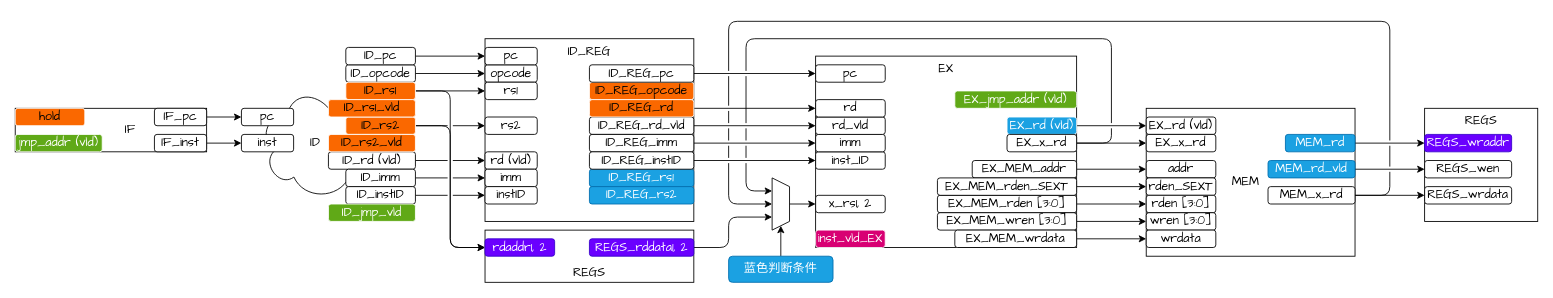
The draw.io diagram doc/drawio.drawio in DuBirdFly/RV32, before the edit. Source tidied: cells renumbered, new cells numbered last; positions are measured from the earlier drawing's top-left corner, leaving out a move shared by most shapes. Both pictures are drawn from the tidied source at 87%, with x=0, y=0 at pixel (15, 21).
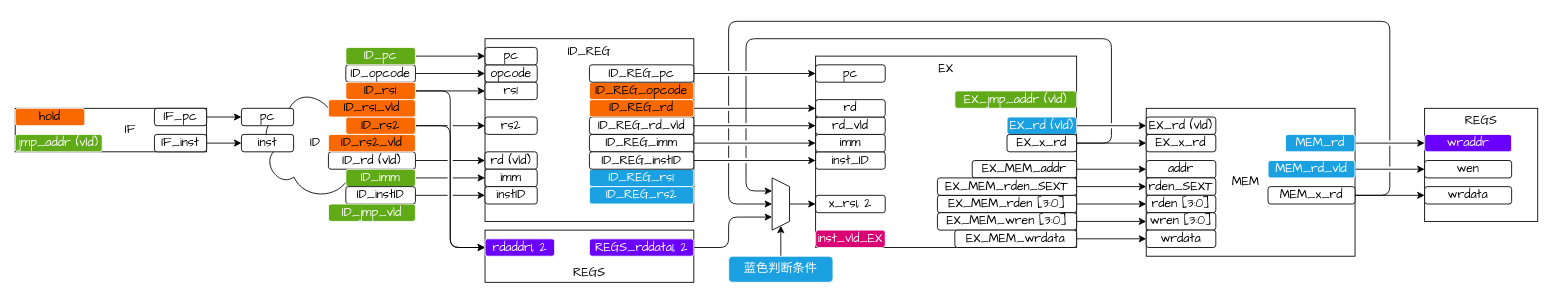
The same page after the edit.

Change to the diagram source:
```diff
@@
-    <mxCell id="25" value="ID_imm" style="rounded=1;whiteSpace=wrap;html=1;labelBorderColor=none;fontSize=14;fontFamily=Comic Sans MS;" parent="1" vertex="1">
+    <mxCell id="25" value="ID_imm" style="rounded=1;whiteSpace=wrap;html=1;labelBorderColor=none;fontSize=14;fontFamily=Comic Sans MS;fillColor=#60a917;fontColor=#ffffff;strokeColor=#FFFFFF;" parent="1" vertex="1">
       <mxGeometry x="380" y="170" width="80" height="20" as="geometry" />
     </mxCell>
@@
-    <mxCell id="31" value="ID_pc" style="rounded=1;whiteSpace=wrap;html=1;labelBorderColor=none;fontSize=14;fontFamily=Comic Sans MS;" parent="1" vertex="1">
+    <mxCell id="31" value="ID_pc" style="rounded=1;whiteSpace=wrap;html=1;labelBorderColor=none;fontSize=14;fontFamily=Comic Sans MS;fillColor=#60a917;fontColor=#ffffff;strokeColor=#FFFFFF;" parent="1" vertex="1">
       <mxGeometry x="380" y="30" width="80" height="20" as="geometry" />
     </mxCell>
@@
-    <mxCell id="40" value="ID_REG_rs1" style="rounded=1;whiteSpace=wrap;html=1;labelBorderColor=none;fontSize=14;fontFamily=Comic Sans MS;fillColor=#1ba1e2;fontColor=#ffffff;strokeColor=#006EAF;" parent="1" vertex="1">
+    <mxCell id="40" value="ID_REG_rs1" style="rounded=1;whiteSpace=wrap;html=1;labelBorderColor=none;fontSize=14;fontFamily=Comic Sans MS;fillColor=#1ba1e2;fontColor=#ffffff;strokeColor=#FFFFFF;" parent="1" vertex="1">
       <mxGeometry x="660" y="170" width="120" height="20" as="geometry" />
     </mxCell>
-    <mxCell id="41" value="ID_REG_rs2" style="rounded=1;whiteSpace=wrap;html=1;labelBorderColor=none;fontSize=14;fontFamily=Comic Sans MS;fillColor=#1ba1e2;fontColor=#ffffff;strokeColor=#006EAF;" parent="1" vertex="1">
+    <mxCell id="41" value="ID_REG_rs2" style="rounded=1;whiteSpace=wrap;html=1;labelBorderColor=none;fontSize=14;fontFamily=Comic Sans MS;fillColor=#1ba1e2;fontColor=#ffffff;strokeColor=#FFFFFF;" parent="1" vertex="1">
       <mxGeometry x="660" y="190" width="120" height="20" as="geometry" />
     </mxCell>
@@
-    <mxCell id="87" value="MEM_rd" style="rounded=1;whiteSpace=wrap;html=1;labelBorderColor=none;fontSize=14;fontFamily=Comic Sans MS;fillColor=#1ba1e2;fontColor=#ffffff;strokeColor=#006EAF;" parent="1" vertex="1">
+    <mxCell id="87" value="MEM_rd" style="rounded=1;whiteSpace=wrap;html=1;labelBorderColor=none;fontSize=14;fontFamily=Comic Sans MS;fillColor=#1ba1e2;fontColor=#ffffff;strokeColor=#FFFFFF;" parent="1" vertex="1">
       <mxGeometry x="1460" y="130" width="80" height="20" as="geometry" />
     </mxCell>
@@
-    <mxCell id="89" value="MEM_rd_vld" style="rounded=1;whiteSpace=wrap;html=1;labelBorderColor=none;fontSize=14;fontFamily=Comic Sans MS;fillColor=#1ba1e2;fontColor=#ffffff;strokeColor=#006EAF;" parent="1" vertex="1">
+    <mxCell id="89" value="MEM_rd_vld" style="rounded=1;whiteSpace=wrap;html=1;labelBorderColor=none;fontSize=14;fontFamily=Comic Sans MS;fillColor=#1ba1e2;fontColor=#ffffff;strokeColor=#FFFFFF;" parent="1" vertex="1">
       <mxGeometry x="1440" y="160" width="100" height="20" as="geometry" />
     </mxCell>
@@
-    <mxCell id="94" value="REGS_wraddr" style="rounded=1;whiteSpace=wrap;html=1;labelBorderColor=none;fontSize=14;fontFamily=Comic Sans MS;verticalAlign=middle;fillColor=#6a00ff;fontColor=#ffffff;strokeColor=#3700CC;" parent="1" vertex="1">
+    <mxCell id="94" value="wraddr" style="rounded=1;whiteSpace=wrap;html=1;labelBorderColor=none;fontSize=14;fontFamily=Comic Sans MS;verticalAlign=middle;fillColor=#6a00ff;fontColor=#ffffff;strokeColor=#FFFFFF;" parent="1" vertex="1">
       <mxGeometry x="1620" y="130" width="100" height="20" as="geometry" />
     </mxCell>
-    <mxCell id="95" value="REGS_wen" style="rounded=1;whiteSpace=wrap;html=1;labelBorderColor=none;fontSize=14;fontFamily=Comic Sans MS;verticalAlign=middle;" parent="1" vertex="1">
+    <mxCell id="95" value="wen" style="rounded=1;whiteSpace=wrap;html=1;labelBorderColor=none;fontSize=14;fontFamily=Comic Sans MS;verticalAlign=middle;" parent="1" vertex="1">
       <mxGeometry x="1620" y="160" width="100" height="20" as="geometry" />
     </mxCell>
-    <mxCell id="96" value="REGS_wrdata" style="rounded=1;whiteSpace=wrap;html=1;labelBorderColor=none;fontSize=14;fontFamily=Comic Sans MS;verticalAlign=middle;" parent="1" vertex="1">
+    <mxCell id="96" value="wrdata" style="rounded=1;whiteSpace=wrap;html=1;labelBorderColor=none;fontSize=14;fontFamily=Comic Sans MS;verticalAlign=middle;" parent="1" vertex="1">
       <mxGeometry x="1620" y="190" width="100" height="20" as="geometry" />
     </mxCell>
@@
-    <mxCell id="98" value="蓝色判断条件" style="rounded=1;whiteSpace=wrap;html=1;labelBorderColor=none;fontSize=14;fontFamily=Comic Sans MS;fillColor=#1ba1e2;fontColor=#ffffff;strokeColor=#006EAF;" parent="1" vertex="1">
+    <mxCell id="98" value="蓝色判断条件" style="rounded=1;whiteSpace=wrap;html=1;labelBorderColor=none;fontSize=14;fontFamily=Comic Sans MS;fillColor=#1ba1e2;fontColor=#ffffff;strokeColor=#FFFFFF;" parent="1" vertex="1">
       <mxGeometry x="820" y="270" width="120" height="30" as="geometry" />
     </mxCell>
@@
-    <mxCell id="101" value="REGS_rddata1, 2" style="rounded=1;whiteSpace=wrap;html=1;labelBorderColor=none;fontSize=14;fontFamily=Comic Sans MS;fillColor=#6a00ff;fontColor=#ffffff;strokeColor=#3700CC;" parent="1" vertex="1">
+    <mxCell id="101" value="REGS_rddata1, 2" style="rounded=1;whiteSpace=wrap;html=1;labelBorderColor=none;fontSize=14;fontFamily=Comic Sans MS;fillColor=#6a00ff;fontColor=#ffffff;strokeColor=#FFFFFF;" parent="1" vertex="1">
       <mxGeometry x="660" y="250" width="120" height="20" as="geometry" />
     </mxCell>
-    <mxCell id="102" value="rdaddr1, 2" style="rounded=1;whiteSpace=wrap;html=1;labelBorderColor=none;fontSize=14;fontFamily=Comic Sans MS;fillColor=#6a00ff;fontColor=#ffffff;strokeColor=#3700CC;" parent="1" vertex="1">
+    <mxCell id="102" value="rdaddr1, 2" style="rounded=1;whiteSpace=wrap;html=1;labelBorderColor=none;fontSize=14;fontFamily=Comic Sans MS;fillColor=#6a00ff;fontColor=#ffffff;strokeColor=#FFFFFF;" parent="1" vertex="1">
       <mxGeometry x="540" y="250" width="80" height="20" as="geometry" />
     </mxCell>
```
